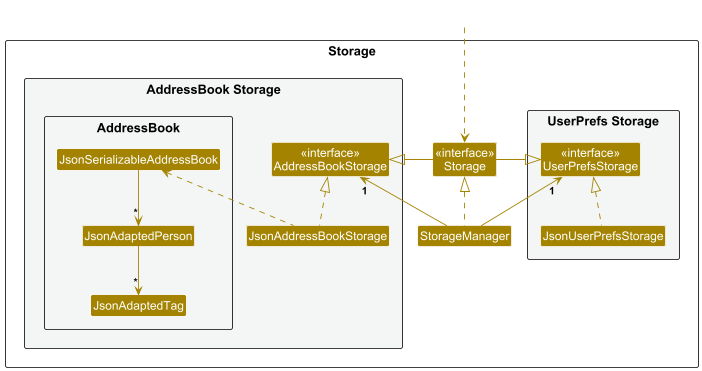
This is docs/images/StorageClassDiagram.png from reuben-thomas/tp, a PlantUML export, as it was before one commit. Source of this version:
```plantuml
@startuml
!include style.puml
skinparam arrowThickness 1.1
skinparam arrowColor STORAGE_COLOR
skinparam classBackgroundColor STORAGE_COLOR

package Storage as StoragePackage {

package "UserPrefs Storage" #F4F6F6{
Class "<<interface>>\nUserPrefsStorage" as UserPrefsStorage
Class JsonUserPrefsStorage
}

Class "<<interface>>\nStorage" as Storage
Class StorageManager

package "AddressBook Storage" #F4F6F6{
Class "<<interface>>\nAddressBookStorage" as AddressBookStorage
Class JsonAddressBookStorage
package "AddressBook" #F4F6F6 {
Class JsonAdaptedTag
Class JsonAdaptedPerson
Class JsonSerializableAddressBook
}

}

}

Class HiddenOutside #FFFFFF
HiddenOutside ..> Storage

StorageManager .up.|> Storage
StorageManager -up-> "1" UserPrefsStorage
StorageManager -up-> "1" AddressBookStorage

Storage -left-|> UserPrefsStorage
Storage -right-|> AddressBookStorage

JsonUserPrefsStorage .up.|> UserPrefsStorage
JsonAddressBookStorage .up.|> AddressBookStorage
JsonAddressBookStorage .up.> JsonSerializableAddressBook
JsonSerializableAddressBook --> "*" JsonAdaptedPerson
JsonAdaptedPerson --> "*" JsonAdaptedTag


@enduml
```
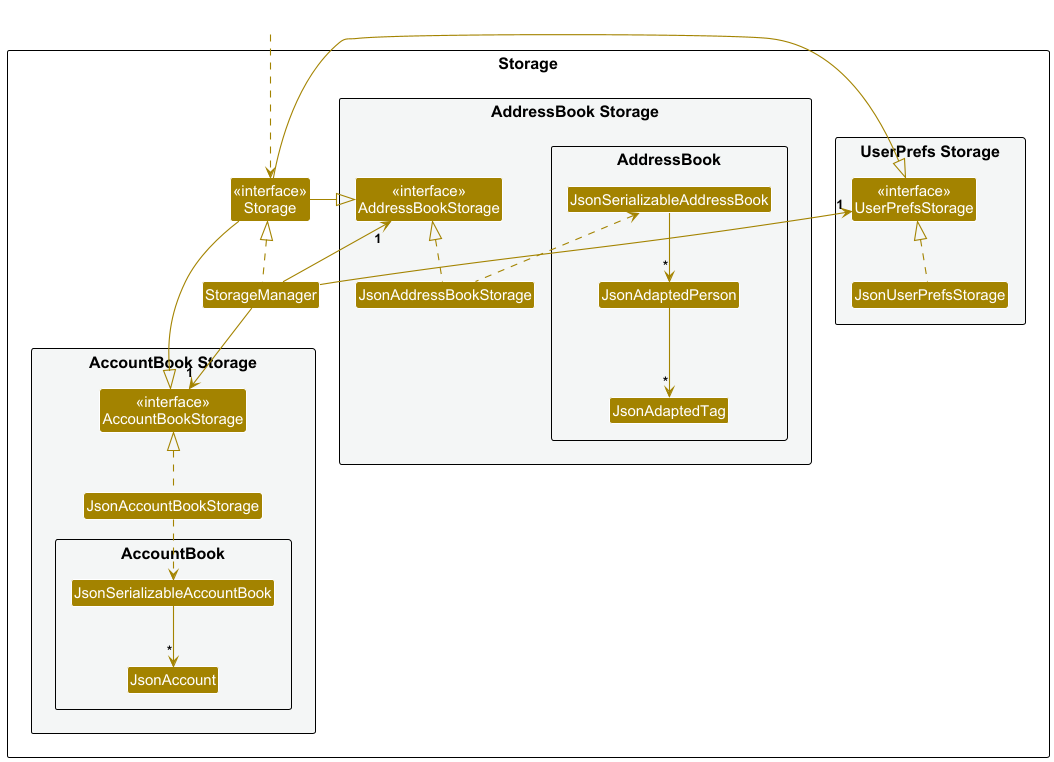
The same file after the commit.

Commit message:
Update Architechture diagram

The edit, as a diff of the source:
```diff
@@ -25,6 +25,16 @@
 
 }
 
+package "AccountBook Storage" #F4F6F6 {
+Class "<<interface>>\nAccountBookStorage" as AccountBookStorage
+Class JsonAccountBookStorage
+package "AccountBook" #F4F6F6 {
+Class JsonAccount
+Class JsonSerializableAccountBook
+}
+
+}
+
 }
 
 Class HiddenOutside #FFFFFF
@@ -33,9 +43,11 @@
 StorageManager .up.|> Storage
 StorageManager -up-> "1" UserPrefsStorage
 StorageManager -up-> "1" AddressBookStorage
+StorageManager --> "1" AccountBookStorage
 
 Storage -left-|> UserPrefsStorage
 Storage -right-|> AddressBookStorage
+Storage -down-|> AccountBookStorage
 
 JsonUserPrefsStorage .up.|> UserPrefsStorage
 JsonAddressBookStorage .up.|> AddressBookStorage
@@ -43,5 +55,8 @@
 JsonSerializableAddressBook --> "*" JsonAdaptedPerson
 JsonAdaptedPerson --> "*" JsonAdaptedTag
 
+JsonAccountBookStorage .up.|> AccountBookStorage
+JsonAccountBookStorage ..> JsonSerializableAccountBook
+JsonSerializableAccountBook --> "*" JsonAccount
 
 @enduml
```
